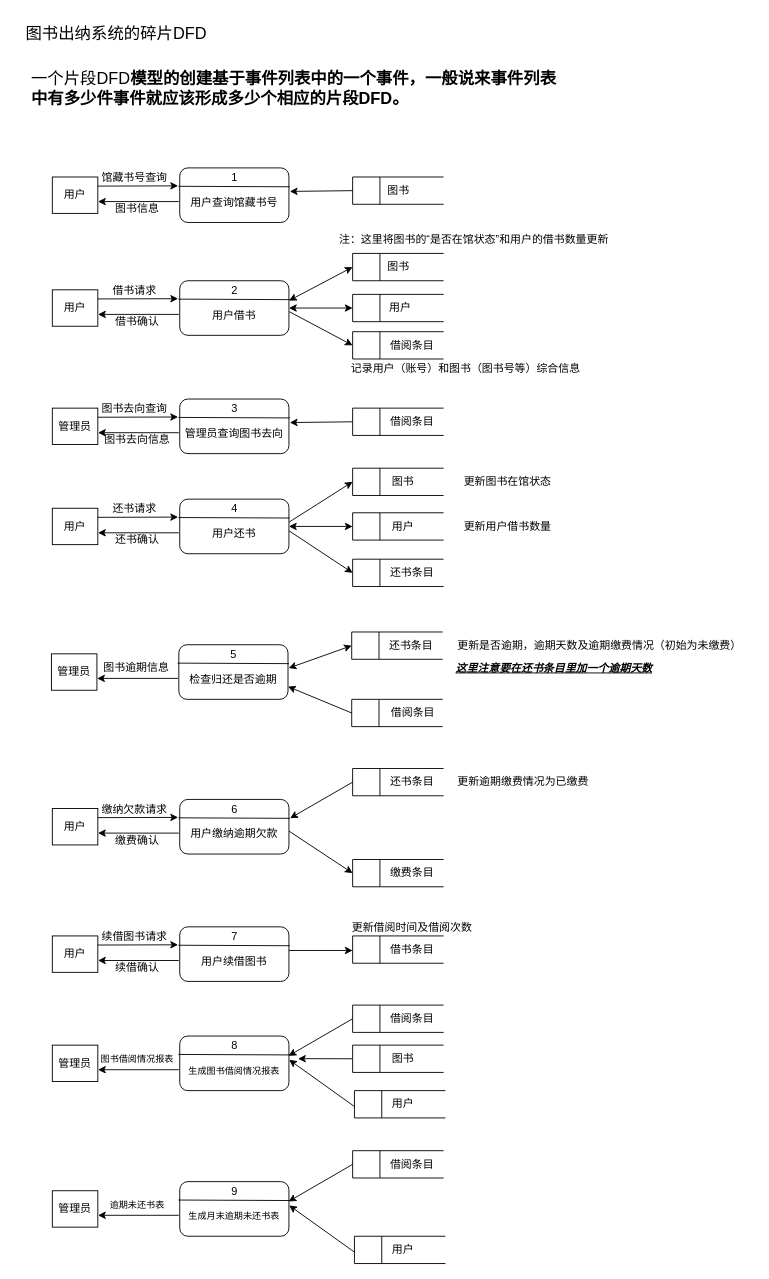
Before: page "Page-1" (1 of 2) of Untitled Diagram.drawio in nju123/R, a draw.io diagram. Source tidied: cells renumbered, new cells numbered last; positions are measured from the earlier drawing's top-left corner, leaving out a move shared by most shapes. Both pictures are drawn from the tidied source at 91%, with x=0, y=0 at pixel (15, 15).
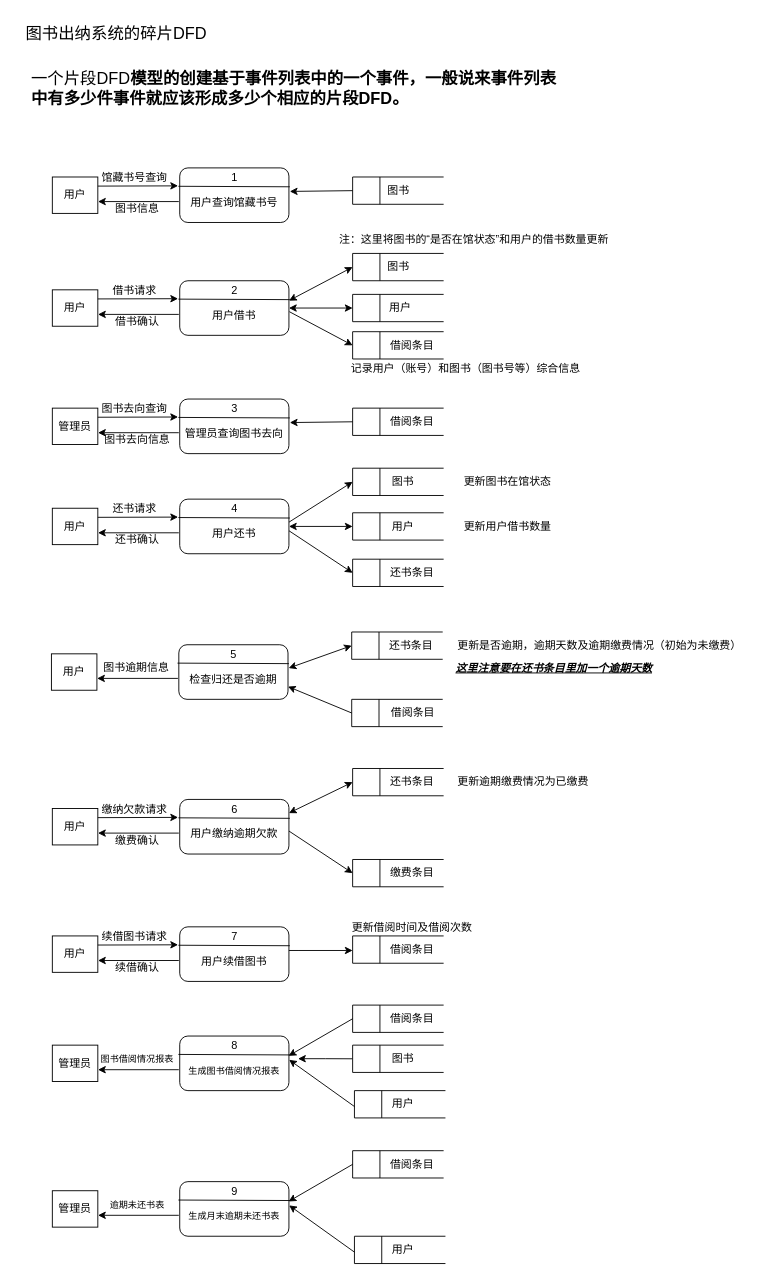
The same page after the edit.

The change refers to these unchanged cells:
```xml
<mxCell id="55" value="&lt;br&gt;用户缴纳逾期欠款" style="rounded=1;whiteSpace=wrap;html=1;" parent="1" vertex="1">
  <mxGeometry x="180" y="861" width="120" height="60" as="geometry" />
</mxCell>
<mxCell id="63" style="html=1;dashed=0;whiteSpace=wrap;shape=mxgraph.dfd.dataStoreID;align=left;spacingLeft=3;points=[[0,0],[0.5,0],[1,0],[0,0.5],[1,0.5],[0,1],[0.5,1],[1,1]];" parent="1" vertex="1">
  <mxGeometry x="370" y="827" width="100" height="30" as="geometry" />
</mxCell>
```

The edit, as a diff of the source:
```diff
@@
-    <mxCell id="80" value="借书条目" style="text;html=1;align=center;verticalAlign=middle;strokeColor=none;fillColor=none;" parent="1" vertex="1">
+    <mxCell id="80" value="借阅条目" style="text;html=1;align=center;verticalAlign=middle;strokeColor=none;fillColor=none;" parent="1" vertex="1">
       <mxGeometry x="400" y="1011" width="70" height="30" as="geometry" />
     </mxCell>
@@
-    <mxCell id="83" style="endArrow=classic;html=1;rounded=0;exitX=0;exitY=0.5;exitDx=0;exitDy=0;entryX=1.011;entryY=0.344;entryDx=0;entryDy=0;entryPerimeter=0;" parent="1" edge="1" source="63" target="55">
-      <mxGeometry relative="1" as="geometry" />
-    </mxCell>
@@
-    <mxCell id="93" value="管理员" style="html=1;dashed=0;whiteSpace=wrap;" parent="1" vertex="1">
+    <mxCell id="93" value="用户" style="html=1;dashed=0;whiteSpace=wrap;" parent="1" vertex="1">
       <mxGeometry x="39" y="701" width="50" height="40" as="geometry" />
     </mxCell>
@@
+    <mxCell id="132" style="endArrow=classic;startArrow=classic;html=1;rounded=0;exitX=1;exitY=0.25;exitDx=0;exitDy=0;entryX=0;entryY=0.5;entryDx=0;entryDy=0;" parent="1" edge="1" source="55" target="63">
+      <mxGeometry relative="1" as="geometry" />
+    </mxCell>
```
